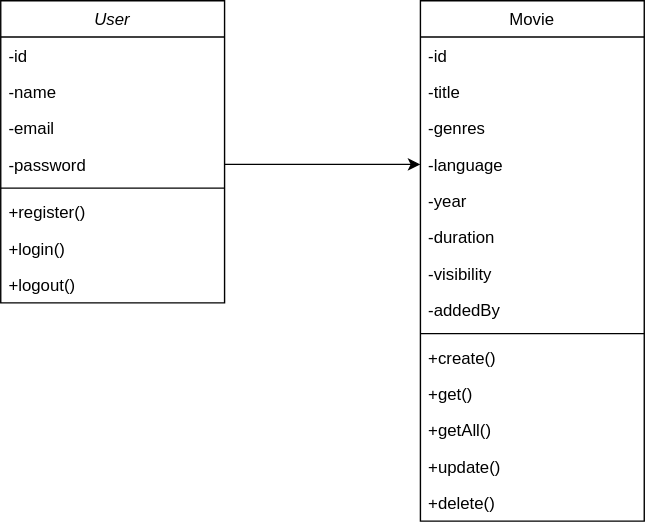
Earlier version of the draw.io export class-diagram.svg (mac8905/movies-api). Source tidied: cells renumbered, new cells last; positions are measured from the earlier drawing's top-left corner, leaving out a move shared by most shapes.
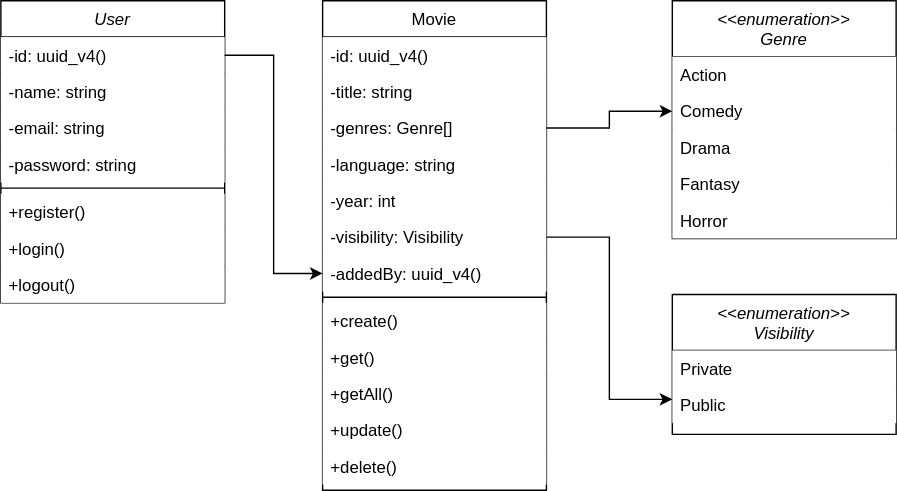
After the commit.

Commit message:
feat(movies): added enums

The edit, as a diff of the source:
```diff
@@ -3,79 +3,109 @@
     <mxCell id="0" />
     <mxCell id="1" parent="0" />
     <mxCell id="2" value="User" style="swimlane;fontStyle=2;align=center;verticalAlign=top;horizontal=1;startSize=26;rounded=0;shadow=0;strokeWidth=1;" parent="1" vertex="1">
-      <mxGeometry width="160" height="216" as="geometry" />
+      <mxGeometry x="-80" y="-40" width="160" height="216" as="geometry" />
     </mxCell>
-    <mxCell id="3" value="-id" style="text;align=left;verticalAlign=top;spacingLeft=4;spacingRight=4;overflow=hidden;points=[[0,0.5],[1,0.5]];portConstraint=eastwest;" parent="2" vertex="1">
+    <mxCell id="3" value="-id: uuid_v4()" style="text;align=left;verticalAlign=top;spacingLeft=4;spacingRight=4;overflow=hidden;points=[[0,0.5],[1,0.5]];portConstraint=eastwest;fillColor=default;" parent="2" vertex="1">
       <mxGeometry y="26" width="160" height="26" as="geometry" />
     </mxCell>
-    <mxCell id="4" value="-name" style="text;align=left;verticalAlign=top;spacingLeft=4;spacingRight=4;overflow=hidden;rounded=0;shadow=0;html=0;" parent="2" vertex="1">
+    <mxCell id="4" value="-name: string" style="text;align=left;verticalAlign=top;spacingLeft=4;spacingRight=4;overflow=hidden;rounded=0;shadow=0;html=0;fillColor=default;" parent="2" vertex="1">
       <mxGeometry y="52" width="160" height="26" as="geometry" />
     </mxCell>
-    <mxCell id="5" value="-email" style="text;align=left;verticalAlign=top;spacingLeft=4;spacingRight=4;overflow=hidden;rounded=0;shadow=0;html=0;" parent="2" vertex="1">
+    <mxCell id="5" value="-email: string" style="text;align=left;verticalAlign=top;spacingLeft=4;spacingRight=4;overflow=hidden;rounded=0;shadow=0;html=0;fillColor=default;" parent="2" vertex="1">
       <mxGeometry y="78" width="160" height="26" as="geometry" />
     </mxCell>
-    <mxCell id="6" value="-password" style="text;align=left;verticalAlign=top;spacingLeft=4;spacingRight=4;overflow=hidden;points=[[0,0.5],[1,0.5]];portConstraint=eastwest;rounded=0;shadow=0;html=0;" parent="2" vertex="1">
+    <mxCell id="6" value="-password: string" style="text;align=left;verticalAlign=top;spacingLeft=4;spacingRight=4;overflow=hidden;points=[[0,0.5],[1,0.5]];portConstraint=eastwest;rounded=0;shadow=0;html=0;fillColor=default;" parent="2" vertex="1">
       <mxGeometry y="104" width="160" height="26" as="geometry" />
     </mxCell>
-    <mxCell id="7" style="line;html=1;strokeWidth=1;align=left;verticalAlign=middle;spacingTop=-1;spacingLeft=3;spacingRight=3;labelPosition=right;" parent="2" vertex="1">
+    <mxCell id="7" style="line;html=1;strokeWidth=1;align=left;verticalAlign=middle;spacingTop=-1;spacingLeft=3;spacingRight=3;labelPosition=right;fillColor=default;" parent="2" vertex="1">
       <mxGeometry y="130" width="160" height="8" as="geometry" />
     </mxCell>
-    <mxCell id="8" value="+register()" style="text;align=left;verticalAlign=top;spacingLeft=4;spacingRight=4;overflow=hidden;" parent="2" vertex="1">
+    <mxCell id="8" value="+register()" style="text;align=left;verticalAlign=top;spacingLeft=4;spacingRight=4;overflow=hidden;fillColor=default;" parent="2" vertex="1">
       <mxGeometry y="138" width="160" height="26" as="geometry" />
     </mxCell>
-    <mxCell id="9" value="+login()" style="text;align=left;verticalAlign=top;spacingLeft=4;spacingRight=4;overflow=hidden;" parent="2" vertex="1">
+    <mxCell id="9" value="+login()" style="text;align=left;verticalAlign=top;spacingLeft=4;spacingRight=4;overflow=hidden;fillColor=default;" parent="2" vertex="1">
       <mxGeometry y="164" width="160" height="26" as="geometry" />
     </mxCell>
-    <mxCell id="10" value="+logout()" style="text;align=left;verticalAlign=top;spacingLeft=4;spacingRight=4;overflow=hidden;" parent="2" vertex="1">
+    <mxCell id="10" value="+logout()" style="text;align=left;verticalAlign=top;spacingLeft=4;spacingRight=4;overflow=hidden;fillColor=default;" parent="2" vertex="1">
       <mxGeometry y="190" width="160" height="26" as="geometry" />
     </mxCell>
     <mxCell id="11" value="Movie" style="swimlane;fontStyle=0;align=center;verticalAlign=top;horizontal=1;startSize=26;rounded=0;shadow=0;strokeWidth=1;" parent="1" vertex="1">
-      <mxGeometry x="300" width="160" height="372" as="geometry" />
+      <mxGeometry x="150" y="-40" width="160" height="350" as="geometry" />
     </mxCell>
-    <mxCell id="12" value="-id" style="text;align=left;verticalAlign=top;spacingLeft=4;spacingRight=4;overflow=hidden;" parent="11" vertex="1">
+    <mxCell id="12" value="-id: uuid_v4()" style="text;align=left;verticalAlign=top;spacingLeft=4;spacingRight=4;overflow=hidden;fillColor=default;" parent="11" vertex="1">
       <mxGeometry y="26" width="160" height="26" as="geometry" />
     </mxCell>
-    <mxCell id="13" value="-title" style="text;align=left;verticalAlign=top;spacingLeft=4;spacingRight=4;overflow=hidden;rounded=0;shadow=0;html=0;" parent="11" vertex="1">
+    <mxCell id="13" value="-title: string" style="text;align=left;verticalAlign=top;spacingLeft=4;spacingRight=4;overflow=hidden;rounded=0;shadow=0;html=0;fillColor=default;" parent="11" vertex="1">
       <mxGeometry y="52" width="160" height="26" as="geometry" />
     </mxCell>
-    <mxCell id="14" value="-genres" style="text;align=left;verticalAlign=top;spacingLeft=4;spacingRight=4;overflow=hidden;points=[[0,0.5],[1,0.5]];portConstraint=eastwest;rounded=0;shadow=0;html=0;" parent="11" vertex="1">
+    <mxCell id="14" value="-genres: Genre[]" style="text;align=left;verticalAlign=top;spacingLeft=4;spacingRight=4;overflow=hidden;points=[[0,0.5],[1,0.5]];portConstraint=eastwest;rounded=0;shadow=0;html=0;fillColor=default;" parent="11" vertex="1">
       <mxGeometry y="78" width="160" height="26" as="geometry" />
     </mxCell>
-    <mxCell id="15" value="-language" style="text;align=left;verticalAlign=top;spacingLeft=4;spacingRight=4;overflow=hidden;points=[[0,0.5],[1,0.5]];portConstraint=eastwest;rounded=0;shadow=0;html=0;" parent="11" vertex="1">
+    <mxCell id="15" value="-language: string" style="text;align=left;verticalAlign=top;spacingLeft=4;spacingRight=4;overflow=hidden;points=[[0,0.5],[1,0.5]];portConstraint=eastwest;rounded=0;shadow=0;html=0;fillColor=default;" parent="11" vertex="1">
       <mxGeometry y="104" width="160" height="26" as="geometry" />
     </mxCell>
-    <mxCell id="16" value="-year" style="text;align=left;verticalAlign=top;spacingLeft=4;spacingRight=4;overflow=hidden;rounded=0;shadow=0;html=0;" parent="11" vertex="1">
+    <mxCell id="16" value="-year: int" style="text;align=left;verticalAlign=top;spacingLeft=4;spacingRight=4;overflow=hidden;rounded=0;shadow=0;html=0;fillColor=default;" parent="11" vertex="1">
       <mxGeometry y="130" width="160" height="26" as="geometry" />
     </mxCell>
-    <mxCell id="17" value="-duration" style="text;align=left;verticalAlign=top;spacingLeft=4;spacingRight=4;overflow=hidden;rounded=0;shadow=0;html=0;" parent="11" vertex="1">
-      <mxGeometry y="156" width="160" height="26" as="geometry" />
-    </mxCell>
-    <mxCell id="18" value="-visibility" style="text;align=left;verticalAlign=top;spacingLeft=4;spacingRight=4;overflow=hidden;points=[[0,0.5],[1,0.5]];portConstraint=eastwest;rounded=0;shadow=0;html=0;" parent="11" vertex="1">
-      <mxGeometry y="182" width="160" height="26" as="geometry" />
+    <mxCell id="18" value="-visibility: Visibility" style="text;align=left;verticalAlign=top;spacingLeft=4;spacingRight=4;overflow=hidden;points=[[0,0.5],[1,0.5]];portConstraint=eastwest;rounded=0;shadow=0;html=0;fillColor=default;" parent="11" vertex="1">
+      <mxGeometry y="156" width="160" height="26" as="geometry" />
     </mxCell>
-    <mxCell id="19" value="-addedBy" style="text;align=left;verticalAlign=top;spacingLeft=4;spacingRight=4;overflow=hidden;points=[[0,0.5],[1,0.5]];portConstraint=eastwest;rounded=0;shadow=0;html=0;" parent="11" vertex="1">
-      <mxGeometry y="208" width="160" height="26" as="geometry" />
+    <mxCell id="19" value="-addedBy: uuid_v4()" style="text;align=left;verticalAlign=top;spacingLeft=4;spacingRight=4;overflow=hidden;points=[[0,0.5],[1,0.5]];portConstraint=eastwest;rounded=0;shadow=0;html=0;fillColor=default;" parent="11" vertex="1">
+      <mxGeometry y="182" width="160" height="26" as="geometry" />
     </mxCell>
-    <mxCell id="20" style="line;html=1;strokeWidth=1;align=left;verticalAlign=middle;spacingTop=-1;spacingLeft=3;spacingRight=3;labelPosition=right;" parent="11" vertex="1">
-      <mxGeometry y="234" width="160" height="8" as="geometry" />
+    <mxCell id="20" style="line;html=1;strokeWidth=1;align=left;verticalAlign=middle;spacingTop=-1;spacingLeft=3;spacingRight=3;labelPosition=right;fillColor=default;" parent="11" vertex="1">
+      <mxGeometry y="208" width="160" height="8" as="geometry" />
     </mxCell>
-    <mxCell id="21" value="+create()" style="text;align=left;verticalAlign=top;spacingLeft=4;spacingRight=4;overflow=hidden;" parent="11" vertex="1">
-      <mxGeometry y="242" width="160" height="26" as="geometry" />
+    <mxCell id="21" value="+create()" style="text;align=left;verticalAlign=top;spacingLeft=4;spacingRight=4;overflow=hidden;fillColor=default;" parent="11" vertex="1">
+      <mxGeometry y="216" width="160" height="26" as="geometry" />
     </mxCell>
-    <mxCell id="22" value="+get()" style="text;align=left;verticalAlign=top;spacingLeft=4;spacingRight=4;overflow=hidden;" parent="11" vertex="1">
-      <mxGeometry y="268" width="160" height="26" as="geometry" />
+    <mxCell id="22" value="+get()" style="text;align=left;verticalAlign=top;spacingLeft=4;spacingRight=4;overflow=hidden;fillColor=default;" parent="11" vertex="1">
+      <mxGeometry y="242" width="160" height="26" as="geometry" />
     </mxCell>
-    <mxCell id="23" value="+getAll()" style="text;align=left;verticalAlign=top;spacingLeft=4;spacingRight=4;overflow=hidden;" parent="11" vertex="1">
-      <mxGeometry y="294" width="160" height="26" as="geometry" />
+    <mxCell id="23" value="+getAll()" style="text;align=left;verticalAlign=top;spacingLeft=4;spacingRight=4;overflow=hidden;fillColor=default;" parent="11" vertex="1">
+      <mxGeometry y="268" width="160" height="26" as="geometry" />
     </mxCell>
-    <mxCell id="24" value="+update()" style="text;align=left;verticalAlign=top;spacingLeft=4;spacingRight=4;overflow=hidden;" parent="11" vertex="1">
-      <mxGeometry y="320" width="160" height="26" as="geometry" />
+    <mxCell id="24" value="+update()" style="text;align=left;verticalAlign=top;spacingLeft=4;spacingRight=4;overflow=hidden;fillColor=default;" parent="11" vertex="1">
+      <mxGeometry y="294" width="160" height="26" as="geometry" />
     </mxCell>
-    <mxCell id="25" value="+delete()" style="text;align=left;verticalAlign=top;spacingLeft=4;spacingRight=4;overflow=hidden;" parent="11" vertex="1">
-      <mxGeometry y="346" width="160" height="26" as="geometry" />
+    <mxCell id="25" value="+delete()" style="text;align=left;verticalAlign=top;spacingLeft=4;spacingRight=4;overflow=hidden;fillColor=default;" parent="11" vertex="1">
+      <mxGeometry y="320" width="160" height="26" as="geometry" />
     </mxCell>
-    <mxCell id="26" style="edgeStyle=orthogonalEdgeStyle;rounded=0;jettySize=auto;html=1;entryX=0;entryY=0.5;entryDx=0;entryDy=0;" parent="1" edge="1" source="6" target="15">
-      <mxGeometry relative="1" as="geometry" />
-    </mxCell>
+    <mxCell id="27" value="&lt;&lt;enumeration&gt;&gt;&#10;Genre" style="swimlane;fontStyle=2;align=center;verticalAlign=top;horizontal=1;startSize=40;rounded=0;shadow=0;strokeWidth=1;" parent="1" vertex="1">
+      <mxGeometry x="400" y="-40" width="160" height="170" as="geometry" />
+    </mxCell>
+    <mxCell id="28" value="Action" style="text;align=left;verticalAlign=top;spacingLeft=4;spacingRight=4;overflow=hidden;rounded=0;shadow=0;html=0;fillColor=default;" parent="27" vertex="1">
+      <mxGeometry y="40" width="160" height="26" as="geometry" />
+    </mxCell>
+    <mxCell id="29" value="Comedy" style="text;align=left;verticalAlign=top;spacingLeft=4;spacingRight=4;overflow=hidden;points=[[0,0.5],[1,0.5]];portConstraint=eastwest;rounded=0;shadow=0;html=0;fillColor=default;" parent="27" vertex="1">
+      <mxGeometry y="66" width="160" height="26" as="geometry" />
+    </mxCell>
+    <mxCell id="30" value="Drama" style="text;align=left;verticalAlign=top;spacingLeft=4;spacingRight=4;overflow=hidden;fillColor=default;" parent="27" vertex="1">
+      <mxGeometry y="92" width="160" height="26" as="geometry" />
+    </mxCell>
+    <mxCell id="31" value="Fantasy" style="text;align=left;verticalAlign=top;spacingLeft=4;spacingRight=4;overflow=hidden;rounded=0;shadow=0;html=0;fillColor=default;" parent="27" vertex="1">
+      <mxGeometry y="118" width="160" height="26" as="geometry" />
+    </mxCell>
+    <mxCell id="32" value="Horror" style="text;align=left;verticalAlign=top;spacingLeft=4;spacingRight=4;overflow=hidden;rounded=0;shadow=0;html=0;fillColor=default;" parent="27" vertex="1">
+      <mxGeometry y="144" width="160" height="26" as="geometry" />
+    </mxCell>
+    <mxCell id="33" style="edgeStyle=orthogonalEdgeStyle;rounded=0;jettySize=auto;html=1;entryX=0;entryY=0.5;entryDx=0;entryDy=0;" parent="1" edge="1" source="14" target="29">
+      <mxGeometry relative="1" as="geometry" />
+    </mxCell>
+    <mxCell id="34" value="&lt;&lt;enumeration&gt;&gt;&#10;Visibility" style="swimlane;fontStyle=2;align=center;verticalAlign=top;horizontal=1;startSize=40;rounded=0;shadow=0;strokeWidth=1;" parent="1" vertex="1">
+      <mxGeometry x="400" y="170" width="160" height="100" as="geometry" />
+    </mxCell>
+    <mxCell id="35" value="Private" style="text;align=left;verticalAlign=top;spacingLeft=4;spacingRight=4;overflow=hidden;rounded=0;shadow=0;html=0;fillColor=default;" parent="34" vertex="1">
+      <mxGeometry y="40" width="160" height="26" as="geometry" />
+    </mxCell>
+    <mxCell id="36" value="Public" style="text;align=left;verticalAlign=top;spacingLeft=4;spacingRight=4;overflow=hidden;rounded=0;shadow=0;html=0;fillColor=default;" parent="34" vertex="1">
+      <mxGeometry y="66" width="160" height="26" as="geometry" />
+    </mxCell>
+    <mxCell id="37" style="edgeStyle=orthogonalEdgeStyle;rounded=0;jettySize=auto;html=1;exitX=1;exitY=0.5;exitDx=0;exitDy=0;entryX=0;entryY=0.75;entryDx=0;entryDy=0;" parent="1" edge="1" source="18" target="34">
+      <mxGeometry relative="1" as="geometry" />
+    </mxCell>
+    <mxCell id="38" style="edgeStyle=orthogonalEdgeStyle;rounded=0;jettySize=auto;html=1;entryX=0;entryY=0.5;entryDx=0;entryDy=0;" parent="1" edge="1" source="3" target="19">
+      <mxGeometry relative="1" as="geometry" />
+    </mxCell>
   </root>
 </mxGraphModel>
```
